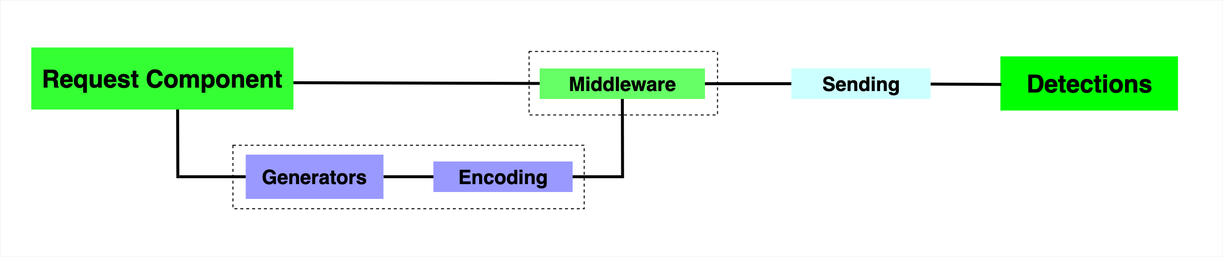
Earlier version of the draw.io export architecture/request-builder-in-depth.png (jaeles-project/jaeles-project.github.io). Source tidied: cells renumbered, new cells last; positions are measured from the earlier drawing's top-left corner, leaving out a move shared by most shapes. Source of this version:
```xml
<mxGraphModel background="#E0E0E0">
  <root>
    <mxCell id="0" />
    <mxCell id="1" parent="0" />
    <mxCell id="2" style="strokeColor=none;fillColor=#ffffff;shadow=0;strokeWidth=1;rounded=0;absoluteArcSize=1;arcSize=34;labelPosition=center;verticalLabelPosition=middle;align=center;verticalAlign=bottom;spacingLeft=0;fontColor=none;fontSize=12;spacingBottom=2;noLabel=1;" parent="1" vertex="1">
      <mxGeometry width="2485" height="521" as="geometry" />
    </mxCell>
    <mxCell id="3" style="endArrow=none;html=1;fontSize=70;strokeWidth=6;endFill=0;" parent="1" edge="1">
      <mxGeometry relative="1" as="geometry">
        <mxPoint x="361" y="361.5" as="sourcePoint" />
        <mxPoint x="360.5" y="206" as="targetPoint" />
      </mxGeometry>
    </mxCell>
    <mxCell id="4" style="endArrow=none;html=1;fontSize=70;strokeWidth=6;endFill=0;exitX=0.957;exitY=0.567;exitDx=0;exitDy=0;exitPerimeter=0;fontStyle=1;" parent="1" edge="1" source="8" target="12">
      <mxGeometry relative="1" as="geometry" />
    </mxCell>
    <mxCell id="5" style="endArrow=none;html=1;fontSize=70;strokeWidth=6;endFill=0;" parent="1" edge="1" target="12">
      <mxGeometry relative="1" as="geometry">
        <mxPoint x="1265" y="361.5" as="sourcePoint" />
      </mxGeometry>
    </mxCell>
    <mxCell id="6" style="endArrow=none;html=1;fontSize=70;strokeWidth=6;endFill=0;" parent="1" edge="1" source="16">
      <mxGeometry relative="1" as="geometry">
        <mxPoint x="1265" y="358.5" as="targetPoint" />
      </mxGeometry>
    </mxCell>
    <mxCell id="7" style="rounded=0;whiteSpace=wrap;html=1;fontSize=50;fillColor=none;dashed=1;strokeWidth=2;" parent="1" vertex="1">
      <mxGeometry x="473" y="294.5" width="714" height="129" as="geometry" />
    </mxCell>
    <mxCell id="8" value="Request Component" style="text;html=1;strokeColor=none;fillColor=#33FF33;align=center;verticalAlign=middle;whiteSpace=wrap;rounded=0;shadow=0;glass=0;comic=0;fontFamily=Helvetica;fontSize=50;labelBorderColor=none;labelBackgroundColor=none;gradientColor=none;arcSize=50;fontStyle=1;" parent="1" vertex="1">
      <mxGeometry x="63" y="96" width="533" height="126" as="geometry" />
    </mxCell>
    <mxCell id="9" style="rounded=0;whiteSpace=wrap;html=1;fontSize=50;fillColor=none;dashed=1;strokeWidth=2;" parent="1" vertex="1">
      <mxGeometry x="1075" y="104" width="383" height="129" as="geometry" />
    </mxCell>
    <mxCell id="10" value="&lt;font style=&quot;font-size: 50px&quot;&gt;Detections&lt;/font&gt;" style="text;html=1;strokeColor=none;fillColor=#00FF00;align=center;verticalAlign=middle;whiteSpace=wrap;rounded=0;shadow=0;glass=0;comic=0;fontFamily=Helvetica;fontSize=50;labelBorderColor=none;labelBackgroundColor=none;gradientColor=none;arcSize=50;fontStyle=1;" parent="1" vertex="1">
      <mxGeometry x="2033" y="114" width="361" height="110" as="geometry" />
    </mxCell>
    <mxCell id="11" style="endArrow=none;html=1;fontSize=70;strokeWidth=6;endFill=0;" parent="1" edge="1" source="13">
      <mxGeometry relative="1" as="geometry">
        <mxPoint x="2035" y="171" as="targetPoint" />
      </mxGeometry>
    </mxCell>
    <mxCell id="12" value="Middleware" style="text;html=1;strokeColor=none;fillColor=#66FF66;align=center;verticalAlign=middle;whiteSpace=wrap;rounded=0;shadow=0;glass=0;comic=0;fontFamily=Helvetica;fontSize=40;labelBorderColor=none;labelBackgroundColor=none;gradientColor=none;arcSize=50;fontStyle=1;fontColor=#000000;" parent="1" vertex="1">
      <mxGeometry x="1096.5" y="138.5" width="336" height="62" as="geometry" />
    </mxCell>
    <mxCell id="13" value="Sending" style="text;html=1;strokeColor=none;fillColor=#CCFFFF;align=center;verticalAlign=middle;whiteSpace=wrap;rounded=0;shadow=0;glass=0;comic=0;fontFamily=Helvetica;fontSize=40;labelBorderColor=none;labelBackgroundColor=none;gradientColor=none;arcSize=50;fontStyle=1;" parent="1" vertex="1">
      <mxGeometry x="1608" y="138.5" width="283" height="62" as="geometry" />
    </mxCell>
    <mxCell id="14" style="endArrow=none;html=1;fontSize=70;strokeWidth=6;endFill=0;" parent="1" edge="1" source="12" target="13">
      <mxGeometry relative="1" as="geometry" />
    </mxCell>
    <mxCell id="15" value="Encoding" style="text;html=1;strokeColor=none;fillColor=#9999FF;align=center;verticalAlign=middle;whiteSpace=wrap;rounded=0;shadow=0;glass=0;comic=0;fontFamily=Helvetica;fontSize=40;labelBorderColor=none;labelBackgroundColor=none;gradientColor=none;arcSize=50;fontStyle=1;" parent="1" vertex="1">
      <mxGeometry x="880.5" y="327.5" width="283" height="62" as="geometry" />
    </mxCell>
    <mxCell id="16" value="Generators" style="text;html=1;strokeColor=none;fillColor=#9999FF;align=center;verticalAlign=middle;whiteSpace=wrap;rounded=0;shadow=0;glass=0;comic=0;fontFamily=Helvetica;fontSize=40;labelBorderColor=none;labelBackgroundColor=none;gradientColor=none;arcSize=50;fontStyle=1;" parent="1" vertex="1">
      <mxGeometry x="499" y="313.5" width="280" height="90" as="geometry" />
    </mxCell>
    <mxCell id="17" style="endArrow=none;html=1;fontSize=70;strokeWidth=6;endFill=0;" parent="1" edge="1" target="16">
      <mxGeometry relative="1" as="geometry">
        <mxPoint x="364" y="358.5" as="sourcePoint" />
      </mxGeometry>
    </mxCell>
  </root>
</mxGraphModel>
```
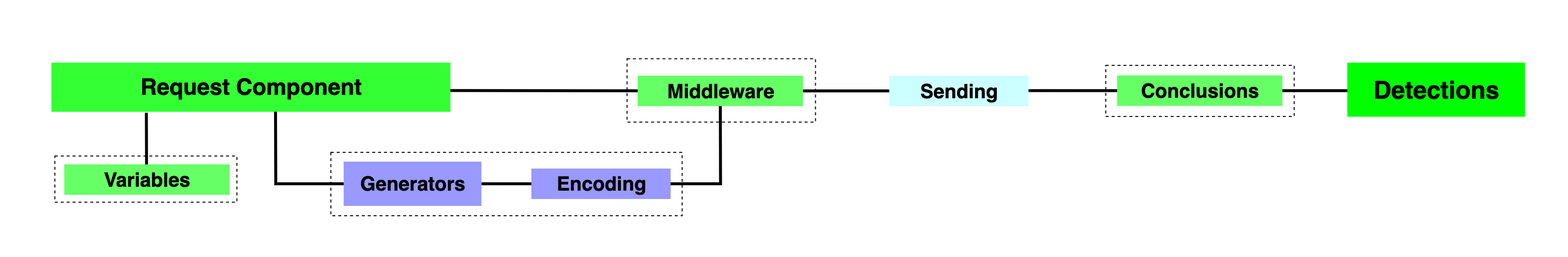
After the change.

Diff of the diagram source:
```diff
@@ -3,7 +3,7 @@
     <mxCell id="0" />
     <mxCell id="1" parent="0" />
     <mxCell id="2" style="strokeColor=none;fillColor=#ffffff;shadow=0;strokeWidth=1;rounded=0;absoluteArcSize=1;arcSize=34;labelPosition=center;verticalLabelPosition=middle;align=center;verticalAlign=bottom;spacingLeft=0;fontColor=none;fontSize=12;spacingBottom=2;noLabel=1;" parent="1" vertex="1">
-      <mxGeometry width="2485" height="521" as="geometry" />
+      <mxGeometry x="-199" y="-15" width="3186" height="521" as="geometry" />
     </mxCell>
     <mxCell id="3" style="endArrow=none;html=1;fontSize=70;strokeWidth=6;endFill=0;" parent="1" edge="1">
       <mxGeometry relative="1" as="geometry">
@@ -27,18 +27,16 @@
     <mxCell id="7" style="rounded=0;whiteSpace=wrap;html=1;fontSize=50;fillColor=none;dashed=1;strokeWidth=2;" parent="1" vertex="1">
       <mxGeometry x="473" y="294.5" width="714" height="129" as="geometry" />
     </mxCell>
-    <mxCell id="8" value="Request Component" style="text;html=1;strokeColor=none;fillColor=#33FF33;align=center;verticalAlign=middle;whiteSpace=wrap;rounded=0;shadow=0;glass=0;comic=0;fontFamily=Helvetica;fontSize=50;labelBorderColor=none;labelBackgroundColor=none;gradientColor=none;arcSize=50;fontStyle=1;" parent="1" vertex="1">
-      <mxGeometry x="63" y="96" width="533" height="126" as="geometry" />
+    <mxCell id="8" value="Request Component" style="text;html=1;strokeColor=none;fillColor=#33FF33;align=center;verticalAlign=middle;whiteSpace=wrap;rounded=0;shadow=0;glass=0;comic=0;fontFamily=Helvetica;fontSize=46;labelBorderColor=none;labelBackgroundColor=none;gradientColor=none;arcSize=50;fontStyle=1;" parent="1" vertex="1">
+      <mxGeometry x="-95" y="112" width="811" height="100" as="geometry" />
     </mxCell>
     <mxCell id="9" style="rounded=0;whiteSpace=wrap;html=1;fontSize=50;fillColor=none;dashed=1;strokeWidth=2;" parent="1" vertex="1">
       <mxGeometry x="1075" y="104" width="383" height="129" as="geometry" />
     </mxCell>
-    <mxCell id="10" value="&lt;font style=&quot;font-size: 50px&quot;&gt;Detections&lt;/font&gt;" style="text;html=1;strokeColor=none;fillColor=#00FF00;align=center;verticalAlign=middle;whiteSpace=wrap;rounded=0;shadow=0;glass=0;comic=0;fontFamily=Helvetica;fontSize=50;labelBorderColor=none;labelBackgroundColor=none;gradientColor=none;arcSize=50;fontStyle=1;" parent="1" vertex="1">
-      <mxGeometry x="2033" y="114" width="361" height="110" as="geometry" />
-    </mxCell>
-    <mxCell id="11" style="endArrow=none;html=1;fontSize=70;strokeWidth=6;endFill=0;" parent="1" edge="1" source="13">
+    <mxCell id="11" style="endArrow=none;html=1;fontSize=70;strokeWidth=6;endFill=0;" parent="1" edge="1">
       <mxGeometry relative="1" as="geometry">
-        <mxPoint x="2035" y="171" as="targetPoint" />
+        <mxPoint x="1889" y="168.9" as="sourcePoint" />
+        <mxPoint x="2543" y="169" as="targetPoint" />
       </mxGeometry>
     </mxCell>
     <mxCell id="12" value="Middleware" style="text;html=1;strokeColor=none;fillColor=#66FF66;align=center;verticalAlign=middle;whiteSpace=wrap;rounded=0;shadow=0;glass=0;comic=0;fontFamily=Helvetica;fontSize=40;labelBorderColor=none;labelBackgroundColor=none;gradientColor=none;arcSize=50;fontStyle=1;fontColor=#000000;" parent="1" vertex="1">
@@ -61,5 +59,26 @@
         <mxPoint x="364" y="358.5" as="sourcePoint" />
       </mxGeometry>
     </mxCell>
+    <mxCell id="18" style="rounded=0;whiteSpace=wrap;html=1;fontSize=50;fillColor=none;dashed=1;strokeWidth=2;" parent="1" vertex="1">
+      <mxGeometry x="2048" y="117.5" width="383" height="104" as="geometry" />
+    </mxCell>
+    <mxCell id="19" value="Conclusions" style="text;html=1;strokeColor=none;fillColor=#66FF66;align=center;verticalAlign=middle;whiteSpace=wrap;rounded=0;shadow=0;glass=0;comic=0;fontFamily=Helvetica;fontSize=40;labelBorderColor=none;labelBackgroundColor=none;gradientColor=none;arcSize=50;fontStyle=1;fontColor=#000000;" parent="1" vertex="1">
+      <mxGeometry x="2071" y="138" width="336" height="62" as="geometry" />
+    </mxCell>
+    <mxCell id="10" value="&lt;font style=&quot;font-size: 50px&quot;&gt;Detections&lt;/font&gt;" style="text;html=1;strokeColor=none;fillColor=#00FF00;align=center;verticalAlign=middle;whiteSpace=wrap;rounded=0;shadow=0;glass=0;comic=0;fontFamily=Helvetica;fontSize=50;labelBorderColor=none;labelBackgroundColor=none;gradientColor=none;arcSize=50;fontStyle=1;" parent="1" vertex="1">
+      <mxGeometry x="2539" y="112" width="361" height="110" as="geometry" />
+    </mxCell>
+    <mxCell id="20" style="endArrow=none;html=1;fontSize=70;strokeWidth=6;endFill=0;" parent="1" edge="1">
+      <mxGeometry relative="1" as="geometry">
+        <mxPoint x="98.5" y="369.5" as="sourcePoint" />
+        <mxPoint x="98" y="214" as="targetPoint" />
+      </mxGeometry>
+    </mxCell>
+    <mxCell id="21" style="rounded=0;whiteSpace=wrap;html=1;fontSize=50;fillColor=none;dashed=1;strokeWidth=2;" parent="1" vertex="1">
+      <mxGeometry x="-88" y="302" width="370" height="94" as="geometry" />
+    </mxCell>
+    <mxCell id="22" value="Variables" style="text;html=1;strokeColor=none;fillColor=#66FF66;align=center;verticalAlign=middle;whiteSpace=wrap;rounded=0;shadow=0;glass=0;comic=0;fontFamily=Helvetica;fontSize=40;labelBorderColor=none;labelBackgroundColor=none;gradientColor=none;arcSize=50;fontStyle=1;fontColor=#000000;" parent="1" vertex="1">
+      <mxGeometry x="-69" y="319" width="336" height="62" as="geometry" />
+    </mxCell>
   </root>
 </mxGraphModel>
```
